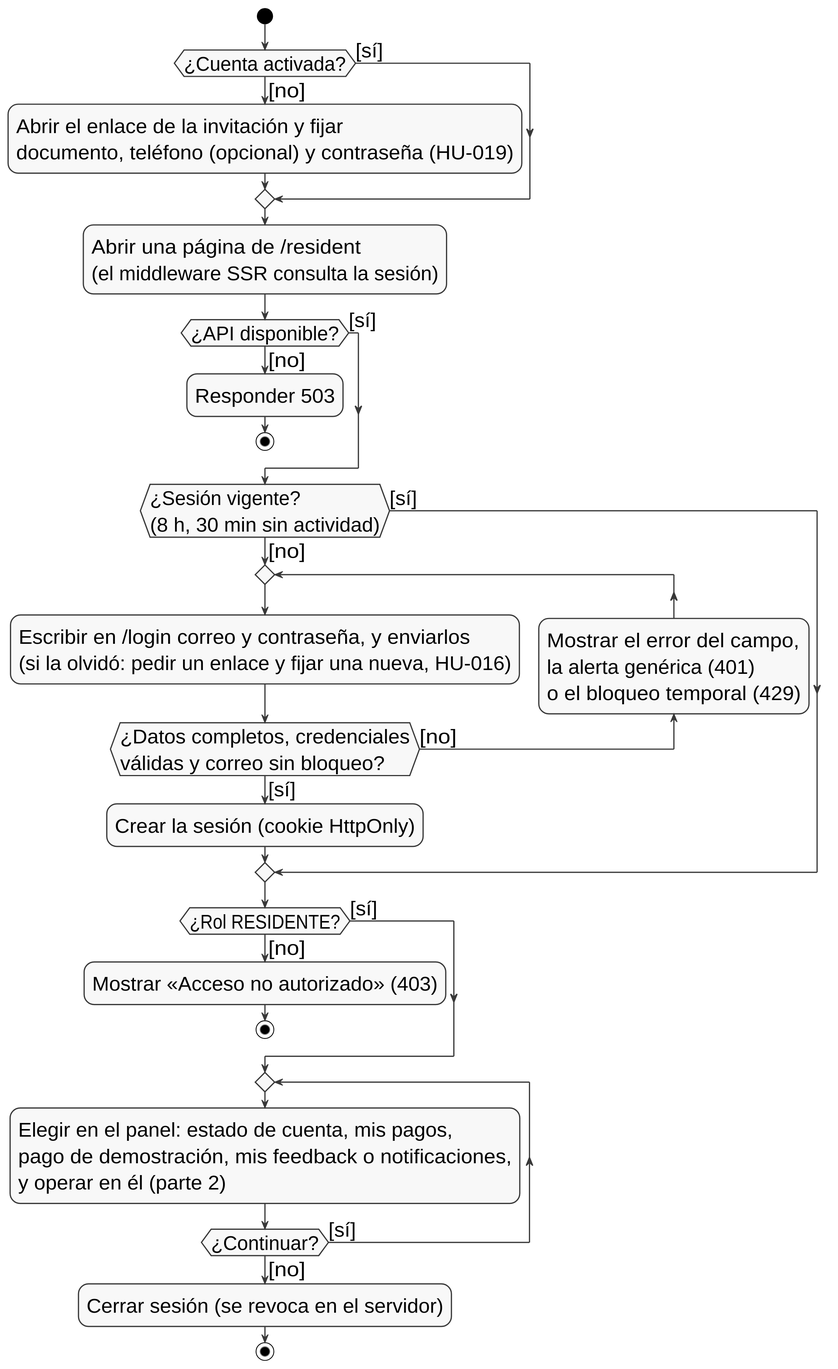
Before: docs/entrega-objetivos/actividades/actividades-residente-parte1.svg, a diagram exported from PlantUML (yilberDev/SoftPh-Academico).
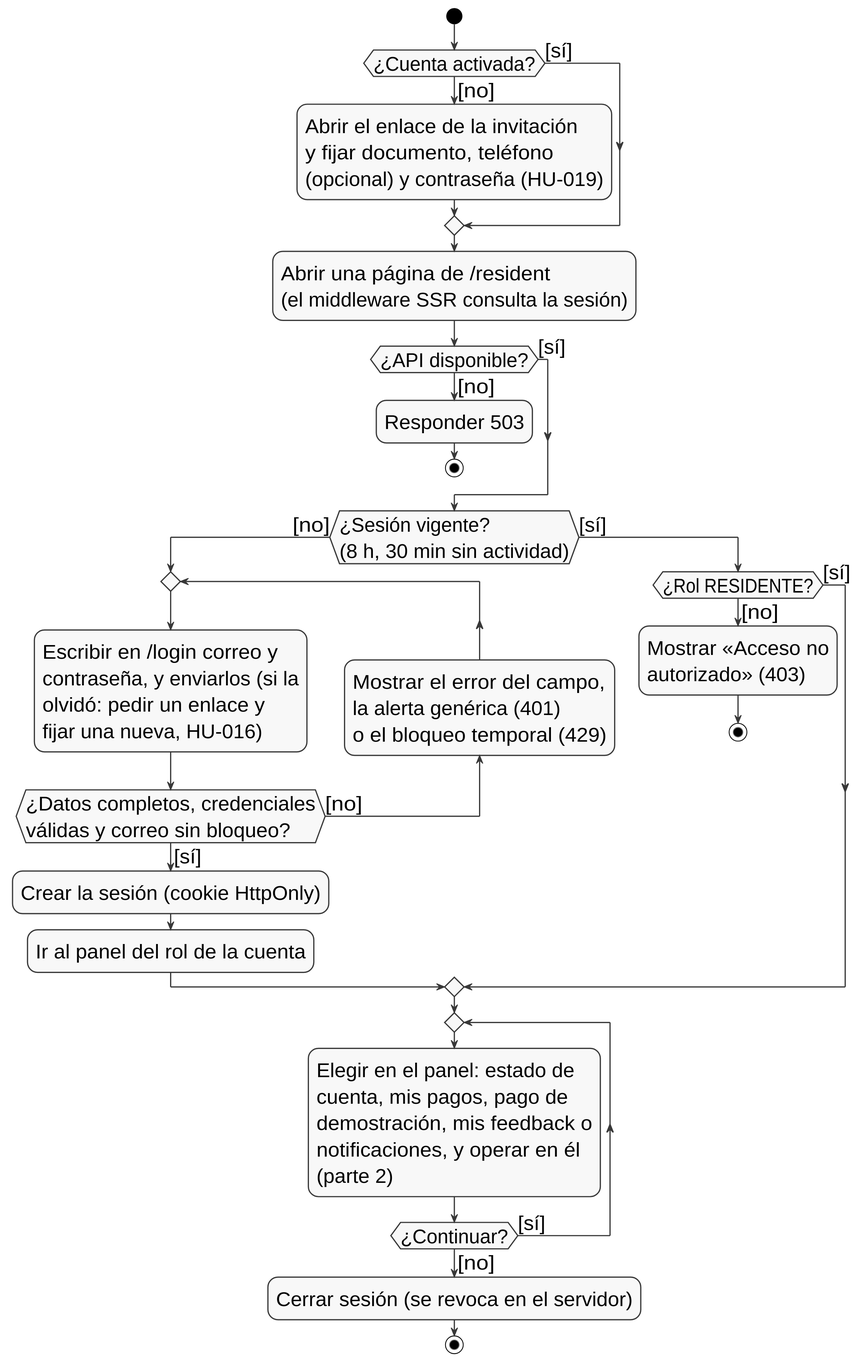
The same file after the commit.

Diff of the diagram source:
```diff
@@ -9,7 +9,7 @@
 
 start
 if (¿Cuenta activada?) then ([no])
-  :Abrir el enlace de la invitación y fijar\ndocumento, teléfono (opcional) y contraseña (HU-019);
+  :Abrir el enlace de la invitación\ny fijar documento, teléfono\n(opcional) y contraseña (HU-019);
 else ([sí])
 endif
 :Abrir una página de /resident\n(el middleware SSR consulta la sesión);
@@ -20,19 +20,20 @@
 endif
 if (¿Sesión vigente?\n(8 h, 30 min sin actividad)) then ([no])
   repeat
-    :Escribir en /login correo y contraseña, y enviarlos\n(si la olvidó: pedir un enlace y fijar una nueva, HU-016);
+    :Escribir en /login correo y\ncontraseña, y enviarlos (si la\nolvidó: pedir un enlace y\nfijar una nueva, HU-016);
   backward:Mostrar el error del campo,\nla alerta genérica (401)\no el bloqueo temporal (429);
   repeat while (¿Datos completos, credenciales\nválidas y correo sin bloqueo?) is ([no]) not ([sí])
   :Crear la sesión (cookie HttpOnly);
+  :Ir al panel del rol de la cuenta;
 else ([sí])
-endif
-if (¿Rol RESIDENTE?) then ([no])
-  :Mostrar «Acceso no autorizado» (403);
-  stop
-else ([sí])
+  if (¿Rol RESIDENTE?) then ([no])
+    :Mostrar «Acceso no\nautorizado» (403);
+    stop
+  else ([sí])
+  endif
 endif
 repeat
-  :Elegir en el panel: estado de cuenta, mis pagos,\npago de demostración, mis feedback o notificaciones,\ny operar en él (parte 2);
+  :Elegir en el panel: estado de\ncuenta, mis pagos, pago de\ndemostración, mis feedback o\nnotificaciones, y operar en él\n(parte 2);
 repeat while (¿Continuar?) is ([sí]) not ([no])
 :Cerrar sesión (se revoca en el servidor);
 stop
```
